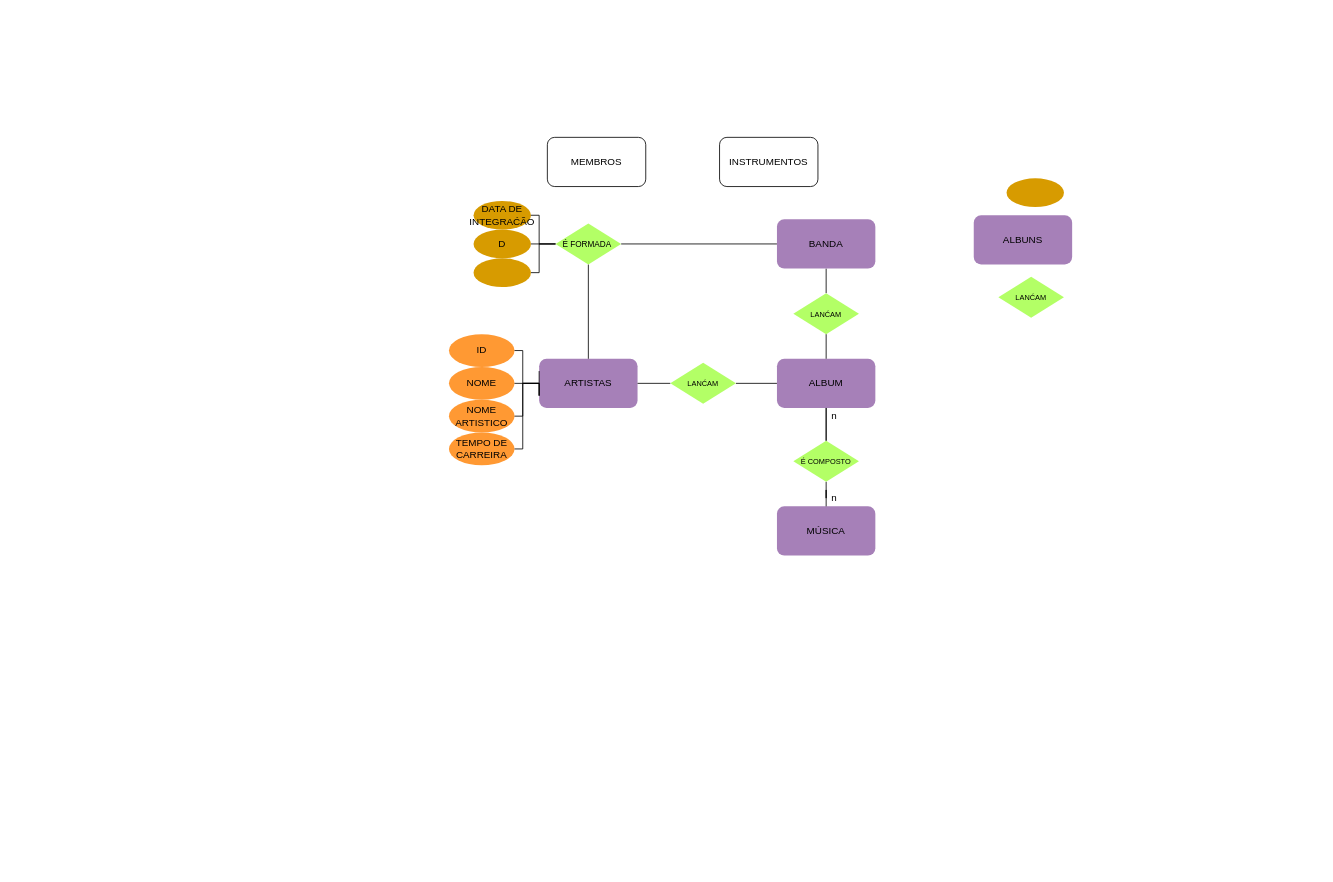
The draw.io diagram Untitled Diagram.drawio in PedroRamosCunha/TrabWeb, before the edit. Source tidied: cells renumbered, new cells numbered last; positions are measured from the earlier drawing's top-left corner, leaving out a move shared by most shapes. Both pictures are drawn from the tidied source at 82%, with x=0, y=0 at pixel (449, 137).
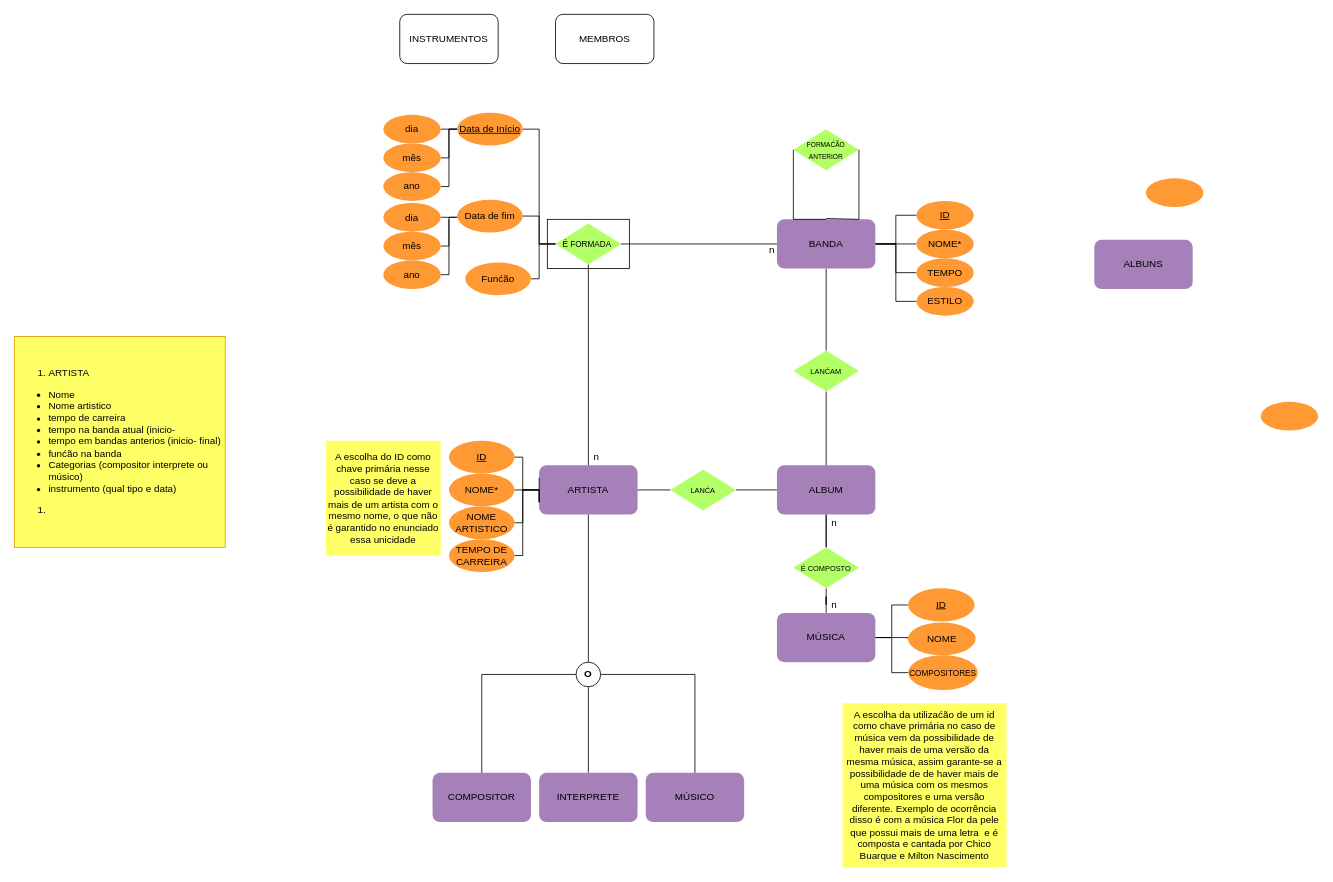
After the change.

Commit message:
O ANDAMENTO TÁ LEGAL

The change refers to these unchanged cells:
```xml
<mxCell id="3" value="BANDA" style="rounded=1;whiteSpace=wrap;html=1;fillColor=#A680B8;strokeColor=none;" parent="1" vertex="1">
  <mxGeometry x="400" y="100" width="120" height="60" as="geometry" />
</mxCell>
```

What changed in the source:
```diff
@@
+    <mxCell id="42" style="rounded=0;whiteSpace=wrap;html=1;fillColor=#FFFFFF;" parent="1" vertex="1">
+      <mxGeometry x="120" y="100" width="100" height="60" as="geometry" />
+    </mxCell>
@@
+    <mxCell id="43" style="edgeStyle=orthogonalEdgeStyle;rounded=0;jettySize=auto;html=1;exitX=1;exitY=0.5;exitDx=0;exitDy=0;entryX=0;entryY=0.5;entryDx=0;entryDy=0;endArrow=none;endFill=0;" parent="1" edge="1" source="3" target="56">
+      <mxGeometry relative="1" as="geometry" />
+    </mxCell>
+    <mxCell id="44" style="edgeStyle=orthogonalEdgeStyle;rounded=0;jettySize=auto;html=1;exitX=1;exitY=0.5;exitDx=0;exitDy=0;entryX=0;entryY=0.5;entryDx=0;entryDy=0;endArrow=none;endFill=0;" parent="1" edge="1" source="3" target="57">
+      <mxGeometry relative="1" as="geometry" />
+    </mxCell>
+    <mxCell id="45" style="edgeStyle=orthogonalEdgeStyle;rounded=0;jettySize=auto;html=1;exitX=1;exitY=0.5;exitDx=0;exitDy=0;entryX=0;entryY=0.5;entryDx=0;entryDy=0;endArrow=none;endFill=0;" parent="1" edge="1" source="3" target="58">
+      <mxGeometry relative="1" as="geometry" />
+    </mxCell>
+    <mxCell id="46" style="edgeStyle=orthogonalEdgeStyle;rounded=0;jettySize=auto;html=1;exitX=1;exitY=0.5;exitDx=0;exitDy=0;entryX=0;entryY=0.5;entryDx=0;entryDy=0;endArrow=none;endFill=0;" parent="1" edge="1" source="3" target="59">
+      <mxGeometry relative="1" as="geometry" />
+    </mxCell>
@@
     <mxCell id="4" value="INSTRUMENTOS" style="rounded=1;whiteSpace=wrap;html=1;" parent="1" vertex="1">
-      <mxGeometry x="330" width="120" height="60" as="geometry" />
+      <mxGeometry x="-60" y="-150" width="120" height="60" as="geometry" />
     </mxCell>
     <mxCell id="5" value="MEMBROS" style="rounded=1;whiteSpace=wrap;html=1;" parent="1" vertex="1">
-      <mxGeometry x="120" width="120" height="60" as="geometry" />
+      <mxGeometry x="130" y="-150" width="120" height="60" as="geometry" />
     </mxCell>
+    <mxCell id="47" style="edgeStyle=orthogonalEdgeStyle;rounded=0;jettySize=auto;html=1;exitX=0;exitY=0.5;exitDx=0;exitDy=0;entryX=1;entryY=0.5;entryDx=0;entryDy=0;endArrow=none;endFill=0;" parent="1" edge="1" source="6" target="77">
+      <mxGeometry relative="1" as="geometry" />
+    </mxCell>
+    <mxCell id="48" style="edgeStyle=orthogonalEdgeStyle;rounded=0;jettySize=auto;html=1;exitX=0;exitY=0.5;exitDx=0;exitDy=0;entryX=1;entryY=0.5;entryDx=0;entryDy=0;endArrow=none;endFill=0;" parent="1" edge="1" source="6" target="78">
+      <mxGeometry relative="1" as="geometry">
+        <Array as="points">
+          <mxPoint y="-10" />
+          <mxPoint y="25" />
+        </Array>
+      </mxGeometry>
+    </mxCell>
+    <mxCell id="49" style="edgeStyle=orthogonalEdgeStyle;rounded=0;jettySize=auto;html=1;exitX=0;exitY=0.5;exitDx=0;exitDy=0;entryX=1;entryY=0.5;entryDx=0;entryDy=0;endArrow=none;endFill=0;" parent="1" edge="1" source="6" target="79">
+      <mxGeometry relative="1" as="geometry">
+        <Array as="points">
+          <mxPoint y="-10" />
+          <mxPoint y="60" />
+        </Array>
+      </mxGeometry>
+    </mxCell>
-    <mxCell id="6" value="DATA DE INTEGRAĆÃO" style="ellipse;whiteSpace=wrap;html=1;fillColor=#D79B00;strokeColor=none;" parent="1" vertex="1">
-      <mxGeometry x="30" y="77.5" width="70" height="35" as="geometry" />
+    <mxCell id="6" value="&lt;font style=&quot;font-size: 12px&quot;&gt;&lt;u&gt;Data de Início&lt;/u&gt;&lt;/font&gt;" style="ellipse;whiteSpace=wrap;html=1;strokeColor=none;fillColor=#FF9933;" parent="1" vertex="1">
+      <mxGeometry x="10" y="-30" width="80" height="40" as="geometry" />
     </mxCell>
@@
     <mxCell id="8" value="ALBUM" style="rounded=1;whiteSpace=wrap;html=1;fillColor=#A680B8;strokeColor=none;" parent="1" vertex="1">
-      <mxGeometry x="400" y="270" width="120" height="60" as="geometry" />
+      <mxGeometry x="400" y="400" width="120" height="60" as="geometry" />
     </mxCell>
+    <mxCell id="50" style="edgeStyle=orthogonalEdgeStyle;rounded=0;jettySize=auto;html=1;exitX=1;exitY=0.5;exitDx=0;exitDy=0;entryX=0;entryY=0.5;entryDx=0;entryDy=0;endArrow=none;endFill=0;" parent="1" edge="1" source="9" target="62">
+      <mxGeometry relative="1" as="geometry" />
+    </mxCell>
+    <mxCell id="51" style="edgeStyle=orthogonalEdgeStyle;rounded=0;jettySize=auto;html=1;exitX=1;exitY=0.5;exitDx=0;exitDy=0;entryX=0;entryY=0.5;entryDx=0;entryDy=0;endArrow=none;endFill=0;" parent="1" edge="1" source="9" target="60">
+      <mxGeometry relative="1" as="geometry" />
+    </mxCell>
+    <mxCell id="52" style="edgeStyle=orthogonalEdgeStyle;rounded=0;jettySize=auto;html=1;exitX=1;exitY=0.5;exitDx=0;exitDy=0;endArrow=none;endFill=0;" parent="1" edge="1" source="9" target="61">
+      <mxGeometry relative="1" as="geometry" />
+    </mxCell>
     <mxCell id="9" value="MÚSICA" style="rounded=1;whiteSpace=wrap;html=1;fillColor=#A680B8;strokeColor=none;" parent="1" vertex="1">
-      <mxGeometry x="400" y="450" width="120" height="60" as="geometry" />
+      <mxGeometry x="400" y="580" width="120" height="60" as="geometry" />
     </mxCell>
@@
     <mxCell id="12" value="&lt;font style=&quot;font-size: 9px&quot;&gt;É COMPOSTO&lt;br&gt;&lt;/font&gt;" style="rhombus;whiteSpace=wrap;html=1;strokeColor=none;fillColor=#B3FF66;" parent="1" vertex="1">
-      <mxGeometry x="420" y="370" width="80" height="50" as="geometry" />
+      <mxGeometry x="420" y="500" width="80" height="50" as="geometry" />
     </mxCell>
     <mxCell id="13" value="n" style="text;html=1;strokeColor=none;fillColor=none;align=center;verticalAlign=middle;whiteSpace=wrap;rounded=0;" parent="1" vertex="1">
-      <mxGeometry x="450" y="330" width="40" height="20" as="geometry" />
+      <mxGeometry x="450" y="460" width="40" height="20" as="geometry" />
     </mxCell>
     <mxCell id="14" value="n" style="text;html=1;strokeColor=none;fillColor=none;align=center;verticalAlign=middle;whiteSpace=wrap;rounded=0;" parent="1" vertex="1">
-      <mxGeometry x="450" y="430" width="40" height="20" as="geometry" />
+      <mxGeometry x="450" y="560" width="40" height="20" as="geometry" />
     </mxCell>
     <mxCell id="15" style="group;" parent="1" vertex="1">
-      <mxGeometry y="240" width="230" height="160" as="geometry" />
+      <mxGeometry y="370" width="230" height="160" as="geometry" />
     </mxCell>
-    <mxCell id="16" value="ARTISTAS" style="rounded=1;whiteSpace=wrap;html=1;strokeColor=none;fillColor=#A680B8;" parent="15" vertex="1">
+    <mxCell id="16" value="ARTISTA" style="rounded=1;whiteSpace=wrap;html=1;strokeColor=none;fillColor=#A680B8;" parent="15" vertex="1">
       <mxGeometry x="110" y="30" width="120" height="60" as="geometry" />
     </mxCell>
-    <mxCell id="17" value="ID" style="ellipse;whiteSpace=wrap;html=1;fillColor=#FF9933;strokeColor=none;" parent="15" vertex="1">
+    <mxCell id="17" value="&lt;u&gt;ID&lt;/u&gt;" style="ellipse;whiteSpace=wrap;html=1;strokeColor=none;fillColor=#FF9933;" parent="15" vertex="1">
       <mxGeometry width="80" height="40" as="geometry" />
     </mxCell>
@@
-    <mxCell id="23" value="NOME" style="ellipse;whiteSpace=wrap;html=1;fillColor=#FF9933;strokeColor=none;" parent="15" vertex="1">
+    <mxCell id="23" value="NOME*" style="ellipse;whiteSpace=wrap;html=1;fillColor=#FF9933;strokeColor=none;" parent="15" vertex="1">
       <mxGeometry y="40" width="80" height="40" as="geometry" />
     </mxCell>
@@
+    <mxCell id="53" value="n" style="text;html=1;strokeColor=none;fillColor=none;align=center;verticalAlign=middle;whiteSpace=wrap;rounded=0;" parent="15" vertex="1">
+      <mxGeometry x="160" y="10" width="40" height="20" as="geometry" />
+    </mxCell>
@@
-    <mxCell id="28" value="&lt;font style=&quot;font-size: 9px&quot;&gt;LANĆAM&lt;/font&gt;" style="rhombus;whiteSpace=wrap;html=1;strokeColor=none;fillColor=#B3FF66;" parent="1" vertex="1">
-      <mxGeometry x="270" y="275" width="80" height="50" as="geometry" />
+    <mxCell id="28" value="&lt;font style=&quot;font-size: 9px&quot;&gt;LANĆA&lt;/font&gt;" style="rhombus;whiteSpace=wrap;html=1;strokeColor=none;fillColor=#B3FF66;" parent="1" vertex="1">
+      <mxGeometry x="270" y="405" width="80" height="50" as="geometry" />
     </mxCell>
@@
     <mxCell id="30" value="&lt;font style=&quot;font-size: 9px&quot;&gt;LANĆAM&lt;/font&gt;" style="rhombus;whiteSpace=wrap;html=1;strokeColor=none;fillColor=#B3FF66;" parent="1" vertex="1">
-      <mxGeometry x="420" y="190" width="80" height="50" as="geometry" />
+      <mxGeometry x="420" y="260" width="80" height="50" as="geometry" />
     </mxCell>
@@
-    <mxCell id="37" value="D" style="ellipse;whiteSpace=wrap;html=1;fillColor=#D79B00;strokeColor=none;" parent="1" vertex="1">
-      <mxGeometry x="30" y="112.5" width="70" height="35" as="geometry" />
+    <mxCell id="37" value="Data de fim" style="ellipse;whiteSpace=wrap;html=1;strokeColor=none;fillColor=#FF9933;" parent="1" vertex="1">
+      <mxGeometry x="10" y="76" width="80" height="40" as="geometry" />
     </mxCell>
-    <mxCell id="38" style="ellipse;whiteSpace=wrap;html=1;fillColor=#D79B00;strokeColor=none;" parent="1" vertex="1">
-      <mxGeometry x="30" y="147.5" width="70" height="35" as="geometry" />
+    <mxCell id="38" value="Funćão" style="ellipse;whiteSpace=wrap;html=1;strokeColor=none;fillColor=#FF9933;" parent="1" vertex="1">
+      <mxGeometry x="20" y="152.5" width="80" height="40" as="geometry" />
     </mxCell>
-    <mxCell id="39" style="ellipse;whiteSpace=wrap;html=1;fillColor=#D79B00;strokeColor=none;" parent="1" vertex="1">
-      <mxGeometry x="680" y="50" width="70" height="35" as="geometry" />
+    <mxCell id="39" style="ellipse;whiteSpace=wrap;html=1;strokeColor=none;fillColor=#FF9933;" parent="1" vertex="1">
+      <mxGeometry x="850" y="50" width="70" height="35" as="geometry" />
     </mxCell>
     <mxCell id="40" value="ALBUNS" style="rounded=1;whiteSpace=wrap;html=1;fillColor=#A680B8;strokeColor=none;" parent="1" vertex="1">
-      <mxGeometry x="640" y="95" width="120" height="60" as="geometry" />
+      <mxGeometry x="787" y="125" width="120" height="60" as="geometry" />
     </mxCell>
+    <mxCell id="54" style="edgeStyle=orthogonalEdgeStyle;rounded=0;jettySize=auto;html=1;exitX=1;exitY=0.5;exitDx=0;exitDy=0;endArrow=none;endFill=0;" parent="1" edge="1" source="41">
+      <mxGeometry relative="1" as="geometry">
+        <mxPoint x="460" y="99" as="targetPoint" />
+        <Array as="points">
+          <mxPoint x="500" y="100" />
+        </Array>
+      </mxGeometry>
+    </mxCell>
+    <mxCell id="55" style="edgeStyle=orthogonalEdgeStyle;rounded=0;jettySize=auto;html=1;exitX=0;exitY=0.5;exitDx=0;exitDy=0;endArrow=none;endFill=0;" parent="1" edge="1" source="41">
+      <mxGeometry relative="1" as="geometry">
+        <mxPoint x="460" y="100" as="targetPoint" />
+        <Array as="points">
+          <mxPoint x="420" y="60" />
+          <mxPoint x="420" y="60" />
+        </Array>
+      </mxGeometry>
+    </mxCell>
-    <mxCell id="41" value="&lt;font style=&quot;font-size: 9px&quot;&gt;LANĆAM&lt;/font&gt;" style="rhombus;whiteSpace=wrap;html=1;strokeColor=none;fillColor=#B3FF66;" parent="1" vertex="1">
-      <mxGeometry x="670" y="170" width="80" height="50" as="geometry" />
+    <mxCell id="41" value="&lt;span style=&quot;font-size: 8px&quot;&gt;FORMAĆÃO ANTERIOR&lt;/span&gt;" style="rhombus;whiteSpace=wrap;html=1;strokeColor=none;fillColor=#B3FF66;" parent="1" vertex="1">
+      <mxGeometry x="420" y="-10" width="80" height="50" as="geometry" />
     </mxCell>
+    <mxCell id="56" value="&lt;u&gt;ID&lt;/u&gt;" style="ellipse;whiteSpace=wrap;html=1;strokeColor=none;fillColor=#FF9933;" parent="1" vertex="1">
+      <mxGeometry x="570" y="77.5" width="70" height="35" as="geometry" />
+    </mxCell>
+    <mxCell id="57" value="NOME*" style="ellipse;whiteSpace=wrap;html=1;strokeColor=none;fillColor=#FF9933;" parent="1" vertex="1">
+      <mxGeometry x="570" y="112.5" width="70" height="35" as="geometry" />
+    </mxCell>
+    <mxCell id="58" value="TEMPO" style="ellipse;whiteSpace=wrap;html=1;strokeColor=none;fillColor=#FF9933;" parent="1" vertex="1">
+      <mxGeometry x="570" y="147.5" width="70" height="35" as="geometry" />
+    </mxCell>
+    <mxCell id="59" value="ESTILO" style="ellipse;whiteSpace=wrap;html=1;strokeColor=none;fillColor=#FF9933;" parent="1" vertex="1">
+      <mxGeometry x="570" y="182.5" width="70" height="35" as="geometry" />
+    </mxCell>
+    <mxCell id="60" value="NOME" style="ellipse;whiteSpace=wrap;html=1;strokeColor=none;fillColor=#FF9933;" parent="1" vertex="1">
+      <mxGeometry x="559.8" y="591.5" width="82.5" height="40" as="geometry" />
+    </mxCell>
+    <mxCell id="61" value="&lt;font style=&quot;font-size: 10px&quot;&gt;COMPOSITORES&lt;/font&gt;" style="ellipse;whiteSpace=wrap;html=1;strokeColor=none;fillColor=#FF9933;" parent="1" vertex="1">
+      <mxGeometry x="560" y="631.5" width="85" height="42.5" as="geometry" />
+    </mxCell>
+    <mxCell id="62" value="&lt;u&gt;ID&lt;/u&gt;" style="ellipse;whiteSpace=wrap;html=1;strokeColor=none;fillColor=#FF9933;" parent="1" vertex="1">
+      <mxGeometry x="560" y="550" width="81" height="40.5" as="geometry" />
+    </mxCell>
+    <mxCell id="63" style="ellipse;whiteSpace=wrap;html=1;strokeColor=none;fillColor=#FF9933;" parent="1" vertex="1">
+      <mxGeometry x="990" y="322.5" width="70" height="35" as="geometry" />
+    </mxCell>
+    <mxCell id="64" value="A escolha da utilizaćão de um id como chave primária no caso de música vem da possibilidade de haver mais de uma versão da mesma música, assim garante-se a possibilidade de de haver mais de uma música com os mesmos compositores e uma versão diferente. Exemplo de ocorrência disso é com a música Flor da pele que possui mais de uma letra&amp;nbsp; e é composta e cantada por Chico Buarque e Milton Nascimento" style="whiteSpace=wrap;html=1;fillColor=#FFFF66;strokeColor=none;" parent="1" vertex="1">
+      <mxGeometry x="480" y="690" width="200" height="200" as="geometry" />
+    </mxCell>
+    <mxCell id="65" value="&lt;ol&gt;&lt;li&gt;ARTISTA&lt;/li&gt;&lt;/ol&gt;&lt;ul&gt;&lt;li&gt;Nome&lt;/li&gt;&lt;li&gt;Nome artistico&lt;/li&gt;&lt;li&gt;tempo de carreira&lt;/li&gt;&lt;li&gt;tempo na banda atual (inicio-&lt;/li&gt;&lt;li&gt;tempo em bandas anterios (inicio- final)&lt;/li&gt;&lt;li&gt;funćão na banda&lt;/li&gt;&lt;li&gt;Categorias (compositor interprete ou músico)&lt;/li&gt;&lt;li&gt;instrumento (qual tipo e data)&lt;/li&gt;&lt;/ul&gt;&lt;ol&gt;&lt;li&gt;&lt;br&gt;&lt;/li&gt;&lt;/ol&gt;" style="whiteSpace=wrap;html=1;strokeColor=#D79B00;fillColor=#FFFF66;align=left;" parent="1" vertex="1">
+      <mxGeometry x="-530" y="242.8" width="257.2" height="257.2" as="geometry" />
+    </mxCell>
+    <mxCell id="66" value="n" style="text;html=1;strokeColor=none;fillColor=none;align=center;verticalAlign=middle;whiteSpace=wrap;rounded=0;" parent="1" vertex="1">
+      <mxGeometry x="373.5" y="127.5" width="40" height="20" as="geometry" />
+    </mxCell>
+    <mxCell id="67" style="edgeStyle=orthogonalEdgeStyle;rounded=0;jettySize=auto;html=1;exitX=0.5;exitY=1;exitDx=0;exitDy=0;entryX=0.5;entryY=0;entryDx=0;entryDy=0;endArrow=none;endFill=0;" parent="1" edge="1" source="16" target="71">
+      <mxGeometry relative="1" as="geometry" />
+    </mxCell>
+    <mxCell id="68" style="group;" parent="1" vertex="1">
+      <mxGeometry x="-20" y="640" width="380" height="195" as="geometry" />
+    </mxCell>
+    <mxCell id="69" value="COMPOSITOR" style="rounded=1;whiteSpace=wrap;html=1;fillColor=#A680B8;strokeColor=none;" parent="68" vertex="1">
+      <mxGeometry y="135" width="120" height="60" as="geometry" />
+    </mxCell>
+    <mxCell id="70" style="edgeStyle=orthogonalEdgeStyle;rounded=0;jettySize=auto;html=1;exitX=0;exitY=0.5;exitDx=0;exitDy=0;entryX=0.5;entryY=0;entryDx=0;entryDy=0;endArrow=none;endFill=0;" parent="68" edge="1" source="71" target="69">
+      <mxGeometry relative="1" as="geometry" />
+    </mxCell>
+    <mxCell id="71" value="&lt;b&gt;O&lt;/b&gt;" style="ellipse;whiteSpace=wrap;html=1;strokeColor=#000000;fillColor=#FFFFFF;" parent="68" vertex="1">
+      <mxGeometry x="175" width="30" height="30" as="geometry" />
+    </mxCell>
+    <mxCell id="72" style="edgeStyle=orthogonalEdgeStyle;rounded=0;jettySize=auto;html=1;exitX=0.5;exitY=0;exitDx=0;exitDy=0;entryX=0.5;entryY=1;entryDx=0;entryDy=0;endArrow=none;endFill=0;" parent="68" edge="1" source="73" target="71">
+      <mxGeometry relative="1" as="geometry" />
+    </mxCell>
+    <mxCell id="73" value="INTERPRETE" style="rounded=1;whiteSpace=wrap;html=1;fillColor=#A680B8;strokeColor=none;" parent="68" vertex="1">
+      <mxGeometry x="130" y="135" width="120" height="60" as="geometry" />
+    </mxCell>
+    <mxCell id="74" style="edgeStyle=orthogonalEdgeStyle;rounded=0;jettySize=auto;html=1;exitX=0.5;exitY=0;exitDx=0;exitDy=0;entryX=1;entryY=0.5;entryDx=0;entryDy=0;endArrow=none;endFill=0;" parent="68" edge="1" source="75" target="71">
+      <mxGeometry relative="1" as="geometry" />
+    </mxCell>
+    <mxCell id="75" value="MÚSICO" style="rounded=1;whiteSpace=wrap;html=1;fillColor=#A680B8;strokeColor=none;" parent="68" vertex="1">
+      <mxGeometry x="260" y="135" width="120" height="60" as="geometry" />
+    </mxCell>
+    <mxCell id="76" value="A escolha do ID como chave primária nesse caso se deve a possibilidade de haver mais de um artista com o mesmo nome, o que não é garantido no enunciado essa unicidade" style="whiteSpace=wrap;html=1;fillColor=#FFFF66;strokeColor=none;" parent="1" vertex="1">
+      <mxGeometry x="-150" y="370" width="140" height="140" as="geometry" />
+    </mxCell>
+    <mxCell id="77" value="dia" style="ellipse;whiteSpace=wrap;html=1;strokeColor=none;fillColor=#FF9933;" parent="1" vertex="1">
+      <mxGeometry x="-80" y="-27.5" width="70" height="35" as="geometry" />
+    </mxCell>
+    <mxCell id="78" value="mês" style="ellipse;whiteSpace=wrap;html=1;strokeColor=none;fillColor=#FF9933;" parent="1" vertex="1">
+      <mxGeometry x="-80" y="7.5" width="70" height="35" as="geometry" />
+    </mxCell>
+    <mxCell id="79" value="ano" style="ellipse;whiteSpace=wrap;html=1;strokeColor=none;fillColor=#FF9933;" parent="1" vertex="1">
+      <mxGeometry x="-80" y="42.5" width="70" height="35" as="geometry" />
+    </mxCell>
+    <mxCell id="80" style="edgeStyle=orthogonalEdgeStyle;rounded=0;jettySize=auto;html=1;exitX=0;exitY=0.5;exitDx=0;exitDy=0;entryX=1;entryY=0.5;entryDx=0;entryDy=0;endArrow=none;endFill=0;" parent="1" edge="1" target="85">
+      <mxGeometry relative="1" as="geometry">
+        <mxPoint x="10" y="97.5" as="sourcePoint" />
+        <Array as="points">
+          <mxPoint y="97.5" />
+          <mxPoint y="167.5" />
+        </Array>
+      </mxGeometry>
+    </mxCell>
+    <mxCell id="81" style="edgeStyle=orthogonalEdgeStyle;rounded=0;jettySize=auto;html=1;exitX=1;exitY=0.5;exitDx=0;exitDy=0;endArrow=none;endFill=0;" parent="1" edge="1" source="82">
+      <mxGeometry relative="1" as="geometry">
+        <mxPoint x="10" y="97.3" as="targetPoint" />
+      </mxGeometry>
+    </mxCell>
+    <mxCell id="82" value="dia" style="ellipse;whiteSpace=wrap;html=1;strokeColor=none;fillColor=#FF9933;" parent="1" vertex="1">
+      <mxGeometry x="-80" y="80" width="70" height="35" as="geometry" />
+    </mxCell>
+    <mxCell id="83" style="edgeStyle=orthogonalEdgeStyle;rounded=0;jettySize=auto;html=1;exitX=1;exitY=0.5;exitDx=0;exitDy=0;endArrow=none;endFill=0;" parent="1" edge="1" source="84">
+      <mxGeometry relative="1" as="geometry">
+        <mxPoint y="100" as="targetPoint" />
+      </mxGeometry>
+    </mxCell>
+    <mxCell id="84" value="mês" style="ellipse;whiteSpace=wrap;html=1;strokeColor=none;fillColor=#FF9933;" parent="1" vertex="1">
+      <mxGeometry x="-80" y="115" width="70" height="35" as="geometry" />
+    </mxCell>
+    <mxCell id="85" value="ano" style="ellipse;whiteSpace=wrap;html=1;strokeColor=none;fillColor=#FF9933;" parent="1" vertex="1">
+      <mxGeometry x="-80" y="150" width="70" height="35" as="geometry" />
+    </mxCell>
```
